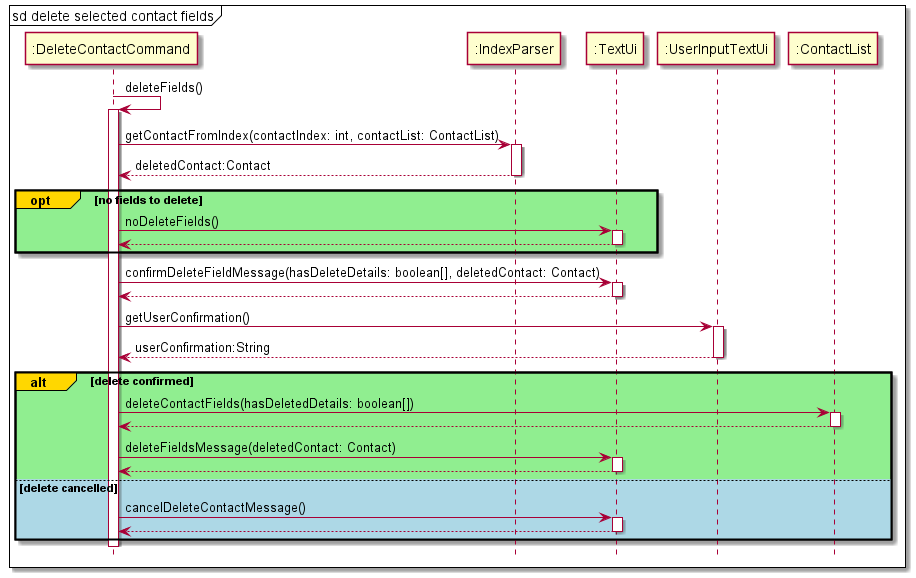
Earlier version of the PlantUML export docs/images/DeleteContactFieldsSequenceDiagram.png (nus-cs2113-AY2122S1/tp).
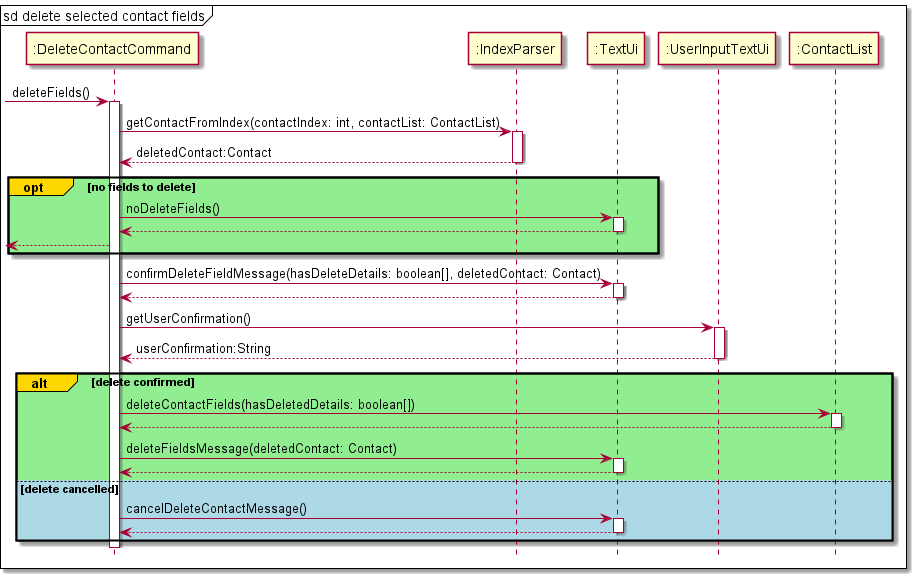
The same file after the commit.

Diff of the diagram source:
```diff
@@ -1,7 +1,7 @@
 @startuml
 hide footbox
 mainframe sd delete selected contact fields
-":DeleteContactCommand" -> ":DeleteContactCommand":deleteFields()
+-> ":DeleteContactCommand":deleteFields()
 activate ":DeleteContactCommand"
 
 ":DeleteContactCommand" -> ":IndexParser": getContactFromIndex(contactIndex: int, contactList: ContactList)
@@ -15,6 +15,7 @@
     activate ":TextUi"
     ":TextUi" --> ":DeleteContactCommand"
     deactivate ":TextUi"
+    <-- ":DeleteContactCommand"
 end
 
 ":DeleteContactCommand" -> ":TextUi" :confirmDeleteFieldMessage(hasDeleteDetails: boolean[], deletedContact: Contact)
```
